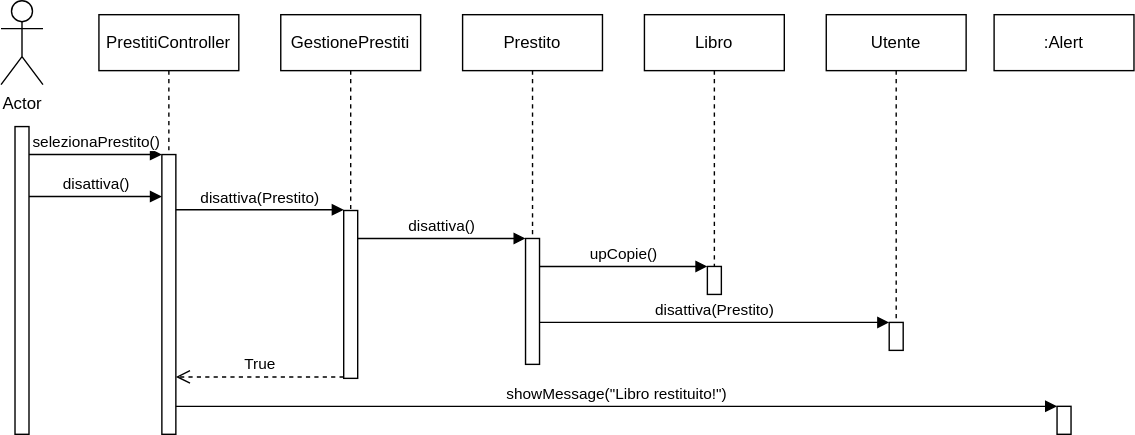
This is Design/DiagrammaSequenzaRestituzione.svg from doppiaaa/Progetto-Biblioteca-Ingegneria-del-Software, a draw.io export, as it was before one commit. Source tidied: cells renumbered, new cells last; positions are measured from the earlier drawing's top-left corner, leaving out a move shared by most shapes. Its diagram source:
```xml
<mxGraphModel>
  <root>
    <mxCell id="0" />
    <mxCell id="1" parent="0" />
    <mxCell id="2" value="Actor" style="shape=umlActor;verticalLabelPosition=bottom;verticalAlign=top;html=1;" parent="1" vertex="1">
      <mxGeometry width="30" height="60" as="geometry" />
    </mxCell>
    <mxCell id="3" style="html=1;perimeter=orthogonalPerimeter;targetShapes=umlLifeline;newEdgeStyle={&quot;curved&quot;:0,&quot;rounded&quot;:0};" parent="1" vertex="1">
      <mxGeometry x="10" y="90" width="10" height="220" as="geometry" />
    </mxCell>
    <mxCell id="4" value="PrestitiController" style="shape=umlLifeline;perimeter=lifelinePerimeter;whiteSpace=wrap;html=1;newEdgeStyle={&quot;curved&quot;:0,&quot;rounded&quot;:0};" parent="1" vertex="1">
      <mxGeometry x="70" y="10" width="100" height="100" as="geometry" />
    </mxCell>
    <mxCell id="5" value="selezionaPrestito()" style="html=1;verticalAlign=bottom;endArrow=block;curved=0;rounded=0;" parent="1" edge="1">
      <mxGeometry relative="1" as="geometry">
        <mxPoint x="20" y="110" as="sourcePoint" />
        <mxPoint x="115" y="110" as="targetPoint" />
      </mxGeometry>
    </mxCell>
    <mxCell id="6" style="html=1;perimeter=orthogonalPerimeter;targetShapes=umlLifeline;newEdgeStyle={&quot;curved&quot;:0,&quot;rounded&quot;:0};" parent="1" vertex="1">
      <mxGeometry x="115" y="110" width="10" height="200" as="geometry" />
    </mxCell>
    <mxCell id="7" value="disattiva()" style="html=1;verticalAlign=bottom;endArrow=block;curved=0;rounded=0;" parent="1" edge="1">
      <mxGeometry relative="1" as="geometry">
        <mxPoint x="20" y="140" as="sourcePoint" />
        <mxPoint x="115" y="140" as="targetPoint" />
      </mxGeometry>
    </mxCell>
    <mxCell id="8" value="GestionePrestiti" style="shape=umlLifeline;perimeter=lifelinePerimeter;whiteSpace=wrap;html=1;newEdgeStyle={&quot;curved&quot;:0,&quot;rounded&quot;:0};" parent="1" vertex="1">
      <mxGeometry x="200" y="10" width="100" height="140" as="geometry" />
    </mxCell>
    <mxCell id="9" value="disattiva(Prestito)" style="html=1;verticalAlign=bottom;endArrow=block;curved=0;rounded=0;" parent="1" edge="1">
      <mxGeometry relative="1" as="geometry">
        <mxPoint x="125" y="149.5" as="sourcePoint" />
        <mxPoint x="245" y="149.5" as="targetPoint" />
      </mxGeometry>
    </mxCell>
    <mxCell id="10" style="html=1;perimeter=orthogonalPerimeter;targetShapes=umlLifeline;newEdgeStyle={&quot;curved&quot;:0,&quot;rounded&quot;:0};" parent="1" vertex="1">
      <mxGeometry x="245" y="150" width="10" height="120" as="geometry" />
    </mxCell>
    <mxCell id="11" value="Prestito" style="shape=umlLifeline;perimeter=lifelinePerimeter;whiteSpace=wrap;html=1;newEdgeStyle={&quot;curved&quot;:0,&quot;rounded&quot;:0};" parent="1" vertex="1">
      <mxGeometry x="330" y="10" width="100" height="160" as="geometry" />
    </mxCell>
    <mxCell id="12" style="html=1;points=[[0,0,0,0,5],[0,1,0,0,-5],[1,0,0,0,5],[1,1,0,0,-5]];perimeter=orthogonalPerimeter;outlineConnect=0;targetShapes=umlLifeline;portConstraint=eastwest;newEdgeStyle={&quot;curved&quot;:0,&quot;rounded&quot;:0};" parent="1" vertex="1">
      <mxGeometry x="375" y="170" width="10" height="90" as="geometry" />
    </mxCell>
    <mxCell id="13" value="disattiva()" style="html=1;verticalAlign=bottom;endArrow=block;curved=0;rounded=0;" parent="1" edge="1">
      <mxGeometry relative="1" as="geometry">
        <mxPoint x="255" y="170" as="sourcePoint" />
        <mxPoint x="375" y="170" as="targetPoint" />
      </mxGeometry>
    </mxCell>
    <mxCell id="14" value="Libro" style="shape=umlLifeline;perimeter=lifelinePerimeter;whiteSpace=wrap;html=1;newEdgeStyle={&quot;curved&quot;:0,&quot;rounded&quot;:0};" parent="1" vertex="1">
      <mxGeometry x="460" y="10" width="100" height="180" as="geometry" />
    </mxCell>
    <mxCell id="15" style="html=1;perimeter=orthogonalPerimeter;targetShapes=umlLifeline;newEdgeStyle={&quot;curved&quot;:0,&quot;rounded&quot;:0};" parent="1" vertex="1">
      <mxGeometry x="505" y="190" width="10" height="20" as="geometry" />
    </mxCell>
    <mxCell id="16" value="upCopie()" style="html=1;verticalAlign=bottom;endArrow=block;curved=0;rounded=0;" parent="1" edge="1">
      <mxGeometry relative="1" as="geometry">
        <mxPoint x="385" y="190" as="sourcePoint" />
        <mxPoint x="505" y="190" as="targetPoint" />
      </mxGeometry>
    </mxCell>
    <mxCell id="17" value="Utente" style="shape=umlLifeline;perimeter=lifelinePerimeter;whiteSpace=wrap;html=1;newEdgeStyle={&quot;curved&quot;:0,&quot;rounded&quot;:0};" parent="1" vertex="1">
      <mxGeometry x="590" y="10" width="100" height="220" as="geometry" />
    </mxCell>
    <mxCell id="18" style="html=1;points=[[0,0,0,0,5],[0,1,0,0,-5],[1,0,0,0,5],[1,1,0,0,-5]];perimeter=orthogonalPerimeter;outlineConnect=0;targetShapes=umlLifeline;portConstraint=eastwest;newEdgeStyle={&quot;curved&quot;:0,&quot;rounded&quot;:0};" parent="1" vertex="1">
      <mxGeometry x="635" y="230" width="10" height="20" as="geometry" />
    </mxCell>
    <mxCell id="19" value="disattiva(Prestito)" style="html=1;verticalAlign=bottom;endArrow=block;curved=0;rounded=0;" parent="1" edge="1" source="12" target="18">
      <mxGeometry relative="1" as="geometry" />
    </mxCell>
    <mxCell id="20" value="True" style="html=1;verticalAlign=bottom;endArrow=open;dashed=1;endSize=8;curved=0;rounded=0;" parent="1" edge="1">
      <mxGeometry relative="1" as="geometry">
        <mxPoint x="245" y="269" as="sourcePoint" />
        <mxPoint x="125" y="269" as="targetPoint" />
      </mxGeometry>
    </mxCell>
    <mxCell id="21" value=":Alert" style="shape=umlLifeline;perimeter=lifelinePerimeter;whiteSpace=wrap;html=1;newEdgeStyle={&quot;curved&quot;:0,&quot;rounded&quot;:0};" parent="1" vertex="1">
      <mxGeometry x="710" y="10" width="100" height="40" as="geometry" />
    </mxCell>
    <mxCell id="22" value="showMessage(&quot;Libro restituito!&quot;)" style="html=1;verticalAlign=bottom;endArrow=block;curved=0;rounded=0;" parent="1" edge="1" target="23">
      <mxGeometry relative="1" as="geometry">
        <mxPoint x="125" y="290" as="sourcePoint" />
      </mxGeometry>
    </mxCell>
    <mxCell id="23" style="html=1;points=[[0,0,0,0,5],[0,1,0,0,-5],[1,0,0,0,5],[1,1,0,0,-5]];perimeter=orthogonalPerimeter;outlineConnect=0;targetShapes=umlLifeline;portConstraint=eastwest;newEdgeStyle={&quot;curved&quot;:0,&quot;rounded&quot;:0};" parent="1" vertex="1">
      <mxGeometry x="755" y="290" width="10" height="20" as="geometry" />
    </mxCell>
  </root>
</mxGraphModel>
```
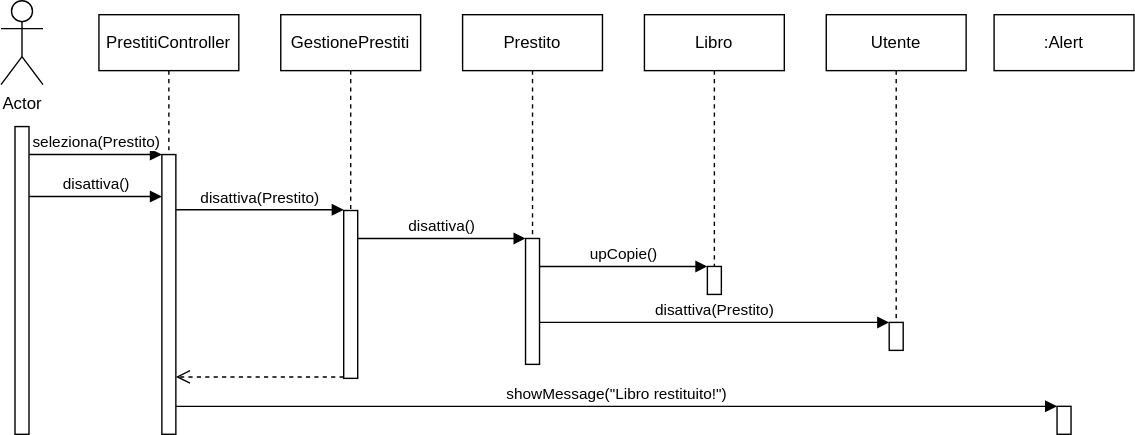
After the change.

Diff of the diagram source:
```diff
@@ -11,7 +11,7 @@
     <mxCell id="4" value="PrestitiController" style="shape=umlLifeline;perimeter=lifelinePerimeter;whiteSpace=wrap;html=1;newEdgeStyle={&quot;curved&quot;:0,&quot;rounded&quot;:0};" parent="1" vertex="1">
       <mxGeometry x="70" y="10" width="100" height="100" as="geometry" />
     </mxCell>
-    <mxCell id="5" value="selezionaPrestito()" style="html=1;verticalAlign=bottom;endArrow=block;curved=0;rounded=0;" parent="1" edge="1">
+    <mxCell id="5" value="seleziona(Prestito)" style="html=1;verticalAlign=bottom;endArrow=block;curved=0;rounded=0;" parent="1" edge="1">
       <mxGeometry relative="1" as="geometry">
         <mxPoint x="20" y="110" as="sourcePoint" />
         <mxPoint x="115" y="110" as="targetPoint" />
@@ -71,7 +71,7 @@
     <mxCell id="19" value="disattiva(Prestito)" style="html=1;verticalAlign=bottom;endArrow=block;curved=0;rounded=0;" parent="1" edge="1" source="12" target="18">
       <mxGeometry relative="1" as="geometry" />
     </mxCell>
-    <mxCell id="20" value="True" style="html=1;verticalAlign=bottom;endArrow=open;dashed=1;endSize=8;curved=0;rounded=0;" parent="1" edge="1">
+    <mxCell id="20" style="html=1;verticalAlign=bottom;endArrow=open;dashed=1;endSize=8;curved=0;rounded=0;" parent="1" edge="1">
       <mxGeometry relative="1" as="geometry">
         <mxPoint x="245" y="269" as="sourcePoint" />
         <mxPoint x="125" y="269" as="targetPoint" />
```
